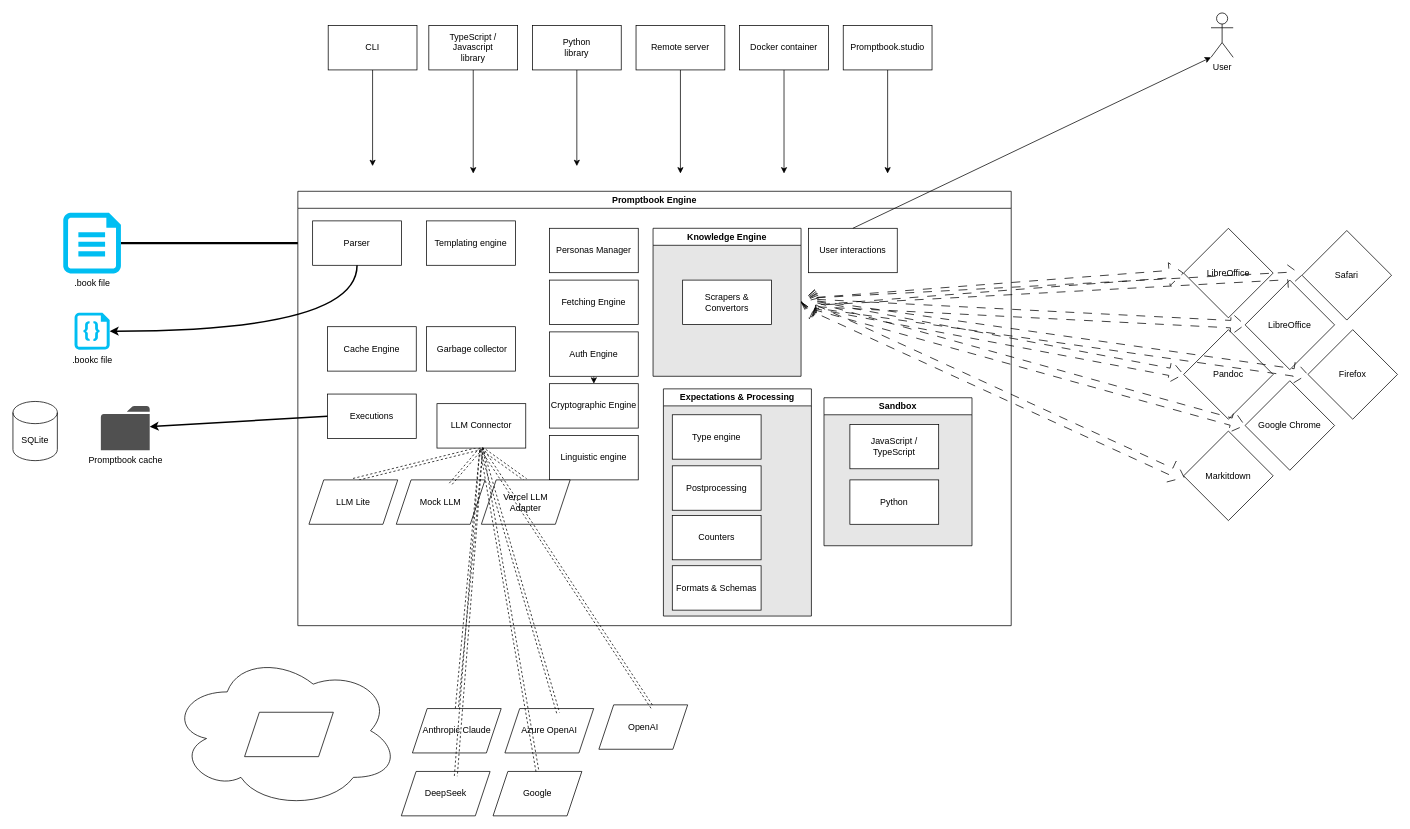
Before: documents/promptbook-engine.drawio in webgptorg/promptbook, a draw.io diagram. Source tidied: cells renumbered, new cells numbered last; positions are measured from the earlier drawing's top-left corner, leaving out a move shared by most shapes. Both pictures are drawn from the tidied source at 74%, with x=0, y=0 at pixel (13, 13).
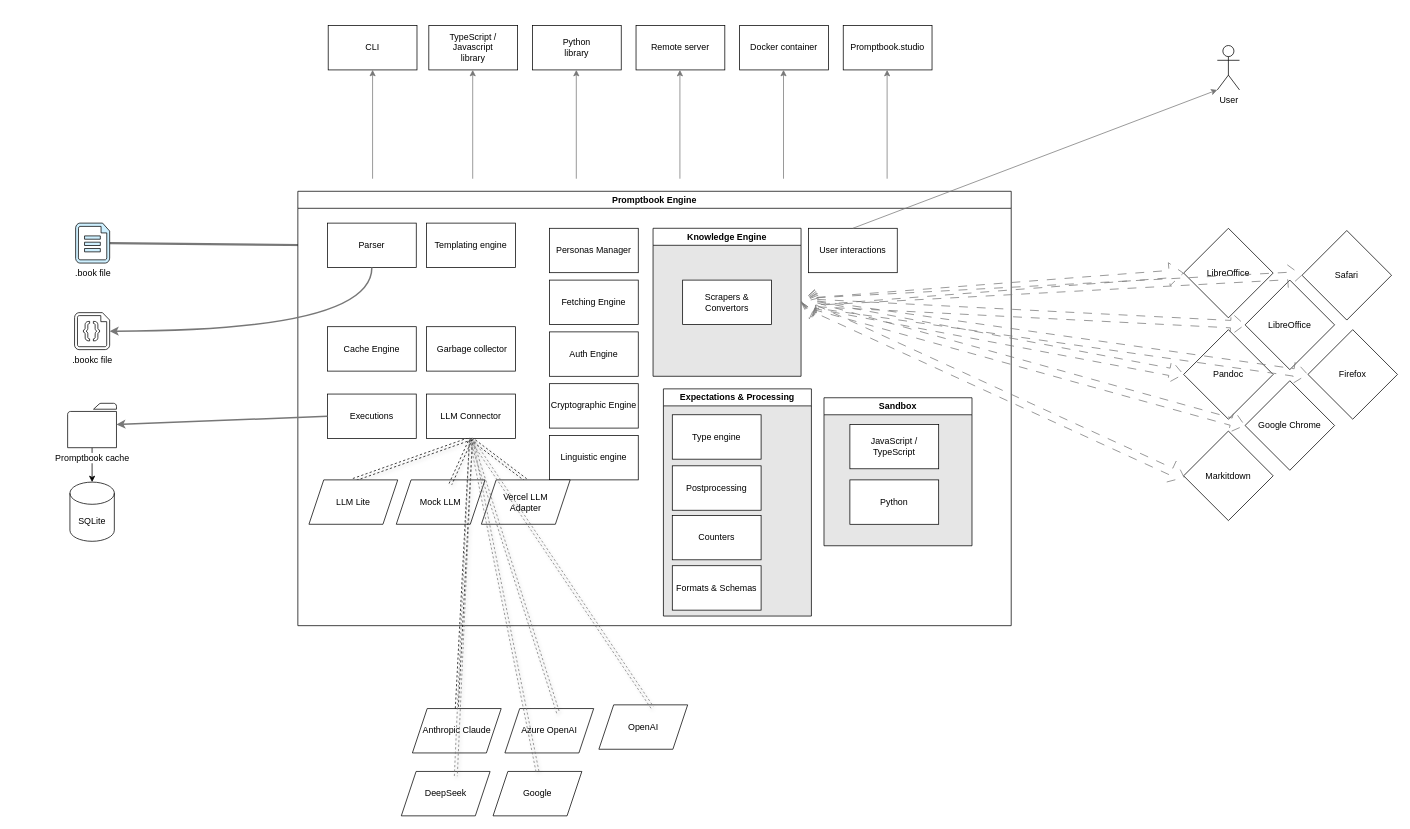
After the change.

Commit message (it also covers changes not shown here):
Better engine diagram

Unchanged cells that the change refers to:
```xml
<mxCell id="7" value="Promptbook Engine" style="swimlane;whiteSpace=wrap;html=1;fillStyle=solid;gradientColor=none;swimlaneFillColor=default;" parent="1" vertex="1">
<mxCell id="12" value="Knowledge Engine" style="swimlane;whiteSpace=wrap;html=1;swimlaneFillColor=#E6E6E6;" parent="7" vertex="1">
<mxCell id="17" value="Auth Engine" style="rounded=0;whiteSpace=wrap;html=1;" parent="7" vertex="1">
<mxCell id="18" value="Cryptographic Engine" style="rounded=0;whiteSpace=wrap;html=1;" parent="7" vertex="1">
<mxCell id="23" value="User interactions" style="rounded=0;whiteSpace=wrap;html=1;" parent="7" vertex="1">
<mxCell id="27" value="LLM Lite" style="shape=parallelogram;perimeter=parallelogramPerimeter;whiteSpace=wrap;html=1;fixedSize=1;" parent="7" vertex="1">
<mxCell id="28" value="Mock LLM" style="shape=parallelogram;perimeter=parallelogramPerimeter;whiteSpace=wrap;html=1;fixedSize=1;" parent="7" vertex="1">
<mxCell id="29" value="Vercel LLM&lt;br&gt;Adapter" style="shape=parallelogram;perimeter=parallelogramPerimeter;whiteSpace=wrap;html=1;fixedSize=1;" parent="7" vertex="1">
<mxCell id="35" value="Executions" style="rounded=0;whiteSpace=wrap;html=1;" parent="7" vertex="1">
<mxCell id="40" value="LibreOffice" style="rhombus;whiteSpace=wrap;html=1;" parent="1" vertex="1">
<mxCell id="42" value="TypeScript /&lt;br&gt;Javascript&lt;br&gt;library" style="rounded=0;whiteSpace=wrap;html=1;" parent="1" vertex="1">
<mxCell id="44" value="Python&lt;br&gt;library" style="rounded=0;whiteSpace=wrap;html=1;" parent="1" vertex="1">
<mxCell id="46" value="Remote server" style="rounded=0;whiteSpace=wrap;html=1;" parent="1" vertex="1">
<mxCell id="48" value="Docker container" style="rounded=0;whiteSpace=wrap;html=1;" parent="1" vertex="1">
<mxCell id="50" value="Promptbook.studio" style="rounded=0;whiteSpace=wrap;html=1;" parent="1" vertex="1">
<mxCell id="54" value="CLI" style="rounded=0;whiteSpace=wrap;html=1;" parent="1" vertex="1">
<mxCell id="56" value="Pandoc" style="rhombus;whiteSpace=wrap;html=1;" parent="1" vertex="1">
<mxCell id="57" value="Markitdown" style="rhombus;whiteSpace=wrap;html=1;" parent="1" vertex="1">
<mxCell id="58" value="LibreOffice" style="rhombus;whiteSpace=wrap;html=1;" parent="1" vertex="1">
<mxCell id="59" value="Google Chrome" style="rhombus;whiteSpace=wrap;html=1;" parent="1" vertex="1">
<mxCell id="60" value="Firefox" style="rhombus;whiteSpace=wrap;html=1;" parent="1" vertex="1">
<mxCell id="61" value="Safari" style="rhombus;whiteSpace=wrap;html=1;" parent="1" vertex="1">
<mxCell id="68" value="Azure OpenAI" style="shape=parallelogram;perimeter=parallelogramPerimeter;whiteSpace=wrap;html=1;fixedSize=1;" parent="1" vertex="1">
<mxCell id="69" value="OpenAI" style="shape=parallelogram;perimeter=parallelogramPerimeter;whiteSpace=wrap;html=1;fixedSize=1;" parent="1" vertex="1">
<mxCell id="70" value="DeepSeek" style="shape=parallelogram;perimeter=parallelogramPerimeter;whiteSpace=wrap;html=1;fixedSize=1;" parent="1" vertex="1">
<mxCell id="71" value="Google" style="shape=parallelogram;perimeter=parallelogramPerimeter;whiteSpace=wrap;html=1;fixedSize=1;" parent="1" vertex="1">
```

The edit, as a diff of the source:
```diff
@@
-    <mxCell id="2" value=".bookc file" style="verticalLabelPosition=bottom;html=1;verticalAlign=top;align=center;strokeColor=none;fillColor=#00BEF2;shape=mxgraph.azure.code_file;" parent="1" vertex="1">
+    <mxCell id="2" value=".bookc file" style="verticalLabelPosition=bottom;html=1;verticalAlign=top;align=center;shape=mxgraph.azure.code_file;strokeColor=default;fillColor=#FFFFFF;labelBackgroundColor=default;" parent="1" vertex="1">
       <mxGeometry x="83.2" y="405" width="47.5" height="50" as="geometry" />
     </mxCell>
-    <mxCell id="3" style="edgeStyle=none;html=1;exitX=1;exitY=0.5;exitDx=0;exitDy=0;exitPerimeter=0;entryX=0;entryY=0.5;entryDx=0;entryDy=0;strokeWidth=3;" parent="1" edge="1" source="4" target="8">
+    <mxCell id="3" style="edgeStyle=none;html=1;exitX=1;exitY=0.5;exitDx=0;exitDy=0;exitPerimeter=0;entryX=0;entryY=0.5;entryDx=0;entryDy=0;strokeWidth=3;strokeColor=#777777;" parent="1" edge="1" source="4" target="8">
       <mxGeometry relative="1" as="geometry" />
     </mxCell>
-    <mxCell id="4" value=".book file" style="verticalLabelPosition=bottom;html=1;verticalAlign=top;align=center;strokeColor=none;fillColor=#00BEF2;shape=mxgraph.azure.cloud_services_configuration_file;" parent="1" vertex="1">
-      <mxGeometry x="68" y="270" width="77.9" height="82" as="geometry" />
+    <mxCell id="4" value=".book file" style="verticalLabelPosition=bottom;html=1;verticalAlign=top;align=center;strokeColor=#000000;fillColor=#CEF0FF;shape=mxgraph.azure.cloud_services_configuration_file;labelBackgroundColor=default;" parent="1" vertex="1">
+      <mxGeometry x="84.7" y="284" width="46" height="54" as="geometry" />
     </mxCell>
+    <mxCell id="79" style="edgeStyle=none;html=1;labelBackgroundColor=default;" parent="1" edge="1" source="5" target="6">
+      <mxGeometry relative="1" as="geometry" />
+    </mxCell>
-    <mxCell id="5" value="Promptbook cache" style="shadow=0;dashed=0;html=1;strokeColor=none;fillColor=#505050;labelPosition=center;verticalLabelPosition=bottom;verticalAlign=top;outlineConnect=0;align=center;shape=mxgraph.office.concepts.folder;" parent="1" vertex="1">
-      <mxGeometry x="118.8" y="531" width="66" height="60" as="geometry" />
+    <mxCell id="5" value="Promptbook cache" style="shadow=0;dashed=0;html=1;strokeColor=default;fillColor=default;labelPosition=center;verticalLabelPosition=bottom;verticalAlign=top;outlineConnect=0;align=center;shape=mxgraph.office.concepts.folder;labelBackgroundColor=default;" parent="1" vertex="1">
+      <mxGeometry x="73.9" y="527.5" width="66" height="60" as="geometry" />
     </mxCell>
-    <mxCell id="6" value="SQLite" style="shape=cylinder3;whiteSpace=wrap;html=1;boundedLbl=1;backgroundOutline=1;size=15;" parent="1" vertex="1">
-      <mxGeometry y="525" width="60" height="80" as="geometry" />
+    <mxCell id="6" value="SQLite" style="shape=cylinder3;whiteSpace=wrap;html=1;boundedLbl=1;backgroundOutline=1;size=15;labelBackgroundColor=default;" parent="1" vertex="1">
+      <mxGeometry x="77" y="634" width="60" height="80" as="geometry" />
     </mxCell>
@@
     <mxCell id="8" value="Parser" style="rounded=0;whiteSpace=wrap;html=1;" parent="7" vertex="1">
-      <mxGeometry x="20" y="40" width="120" height="60" as="geometry" />
+      <mxGeometry x="40" y="43" width="120" height="60" as="geometry" />
     </mxCell>
-    <mxCell id="9" style="html=1;exitX=0.5;exitY=1;exitDx=0;exitDy=0;entryX=0.5;entryY=0;entryDx=0;entryDy=0;dashed=1;shape=link;" parent="7" edge="1" source="11" target="27">
+    <mxCell id="9" style="html=1;exitX=0.5;exitY=1;exitDx=0;exitDy=0;entryX=0.5;entryY=0;entryDx=0;entryDy=0;dashed=1;shape=link;flowAnimation=1;shadow=1;" parent="7" edge="1" source="11" target="27">
       <mxGeometry relative="1" as="geometry" />
     </mxCell>
-    <mxCell id="10" style="html=1;exitX=0.5;exitY=1;exitDx=0;exitDy=0;entryX=0.5;entryY=0;entryDx=0;entryDy=0;dashed=1;shape=link;" parent="7" edge="1" source="11" target="29">
+    <mxCell id="10" style="html=1;exitX=0.5;exitY=1;exitDx=0;exitDy=0;entryX=0.5;entryY=0;entryDx=0;entryDy=0;dashed=1;shape=link;flowAnimation=1;shadow=1;" parent="7" edge="1" source="11" target="29">
       <mxGeometry relative="1" as="geometry" />
     </mxCell>
     <mxCell id="11" value="LLM Connector" style="rounded=0;whiteSpace=wrap;html=1;" parent="7" vertex="1">
-      <mxGeometry x="188" y="287" width="120" height="60" as="geometry" />
+      <mxGeometry x="174" y="274" width="120" height="60" as="geometry" />
     </mxCell>
@@
-    <mxCell id="13" value="Scrapers &amp;amp; Convertors" style="rounded=0;whiteSpace=wrap;html=1;" parent="12" vertex="1">
+    <mxCell id="13" value="Scrapers &amp;amp; Convertors" style="rounded=0;whiteSpace=wrap;html=1;labelBackgroundColor=none;" parent="12" vertex="1">
       <mxGeometry x="40" y="70" width="120" height="60" as="geometry" />
     </mxCell>
@@
-    <mxCell id="16" style="edgeStyle=none;html=1;" parent="7" edge="1" source="17" target="18">
-      <mxGeometry relative="1" as="geometry" />
-    </mxCell>
@@
     <mxCell id="22" value="Templating engine" style="rounded=0;whiteSpace=wrap;html=1;" parent="7" vertex="1">
-      <mxGeometry x="174" y="40" width="120" height="60" as="geometry" />
+      <mxGeometry x="174" y="43" width="120" height="60" as="geometry" />
     </mxCell>
@@
-    <mxCell id="36" style="html=1;exitX=0.5;exitY=1;exitDx=0;exitDy=0;entryX=0.61;entryY=0.095;entryDx=0;entryDy=0;entryPerimeter=0;dashed=1;shape=link;" parent="7" edge="1" source="11" target="28">
+    <mxCell id="36" style="html=1;exitX=0.5;exitY=1;exitDx=0;exitDy=0;entryX=0.61;entryY=0.095;entryDx=0;entryDy=0;entryPerimeter=0;dashed=1;shape=link;flowAnimation=1;shadow=1;" parent="7" edge="1" source="11" target="28">
       <mxGeometry relative="1" as="geometry" />
     </mxCell>
@@
-    <mxCell id="38" style="ellipse;shape=cloud;whiteSpace=wrap;html=1;" parent="1" vertex="1">
-      <mxGeometry x="212" y="865" width="310" height="210" as="geometry" />
-    </mxCell>
-    <mxCell id="39" style="shape=parallelogram;perimeter=parallelogramPerimeter;whiteSpace=wrap;html=1;fixedSize=1;" parent="1" vertex="1">
-      <mxGeometry x="313" y="945" width="120" height="60" as="geometry" />
-    </mxCell>
@@
-    <mxCell id="41" style="edgeStyle=none;html=1;" parent="1" edge="1" source="42">
-      <mxGeometry relative="1" as="geometry">
-        <mxPoint x="622" y="217" as="targetPoint" />
-      </mxGeometry>
-    </mxCell>
@@
-    <mxCell id="43" style="edgeStyle=none;html=1;exitX=0.5;exitY=1;exitDx=0;exitDy=0;" parent="1" edge="1" source="44">
-      <mxGeometry relative="1" as="geometry">
-        <mxPoint x="762" y="207" as="targetPoint" />
-      </mxGeometry>
-    </mxCell>
@@
-    <mxCell id="45" style="edgeStyle=none;html=1;exitX=0.5;exitY=1;exitDx=0;exitDy=0;" parent="1" edge="1" source="46">
-      <mxGeometry relative="1" as="geometry">
-        <mxPoint x="902" y="217" as="targetPoint" />
-      </mxGeometry>
-    </mxCell>
@@
-    <mxCell id="47" style="edgeStyle=none;html=1;exitX=0.5;exitY=1;exitDx=0;exitDy=0;" parent="1" edge="1" source="48">
-      <mxGeometry relative="1" as="geometry">
-        <mxPoint x="1042" y="217" as="targetPoint" />
-      </mxGeometry>
-    </mxCell>
@@
-    <mxCell id="49" style="edgeStyle=none;html=1;exitX=0.5;exitY=1;exitDx=0;exitDy=0;" parent="1" edge="1" source="50">
-      <mxGeometry relative="1" as="geometry">
-        <mxPoint x="1182" y="217" as="targetPoint" />
-      </mxGeometry>
-    </mxCell>
@@
-    <mxCell id="51" style="html=1;entryX=0;entryY=0.5;entryDx=0;entryDy=0;strokeColor=default;rounded=1;shape=flexArrow;exitX=1;exitY=0.5;exitDx=0;exitDy=0;endArrow=block;startArrow=block;dashed=1;dashPattern=12 12;" parent="1" edge="1" source="12" target="40">
+    <mxCell id="51" style="html=1;entryX=0;entryY=0.5;entryDx=0;entryDy=0;strokeColor=#777777;rounded=1;shape=flexArrow;exitX=1;exitY=0.5;exitDx=0;exitDy=0;endArrow=block;startArrow=block;dashed=1;dashPattern=12 12;flowAnimation=1;" parent="1" edge="1" source="12" target="40">
       <mxGeometry relative="1" as="geometry" />
     </mxCell>
-    <mxCell id="52" value="User" style="shape=umlActor;verticalLabelPosition=bottom;verticalAlign=top;html=1;outlineConnect=0;" parent="1" vertex="1">
-      <mxGeometry x="1619" width="30" height="60" as="geometry" />
+    <mxCell id="52" value="User" style="shape=umlActor;verticalLabelPosition=bottom;verticalAlign=top;html=1;outlineConnect=0;labelBackgroundColor=default;textShadow=0;" parent="1" vertex="1">
+      <mxGeometry x="1627.5" y="44" width="30" height="60" as="geometry" />
     </mxCell>
-    <mxCell id="53" style="edgeStyle=none;html=1;exitX=0.5;exitY=1;exitDx=0;exitDy=0;" parent="1" edge="1" source="54">
+    <mxCell id="53" style="edgeStyle=none;html=1;entryX=0.5;entryY=1;entryDx=0;entryDy=0;shadow=0;flowAnimation=0;jumpStyle=none;fillColor=#dae8fc;strokeColor=#777777;" parent="1" edge="1" target="54">
       <mxGeometry relative="1" as="geometry">
-        <mxPoint x="486" y="207" as="targetPoint" />
+        <mxPoint x="486" y="224" as="sourcePoint" />
       </mxGeometry>
     </mxCell>
@@
-    <mxCell id="55" style="edgeStyle=none;html=1;exitX=0.5;exitY=0;exitDx=0;exitDy=0;entryX=0;entryY=1;entryDx=0;entryDy=0;entryPerimeter=0;" parent="1" edge="1" source="23" target="52">
+    <mxCell id="55" style="edgeStyle=none;html=1;exitX=0.5;exitY=0;exitDx=0;exitDy=0;entryX=0;entryY=1;entryDx=0;entryDy=0;entryPerimeter=0;flowAnimation=1;strokeColor=#777777;" parent="1" edge="1" source="23" target="52">
       <mxGeometry relative="1" as="geometry" />
     </mxCell>
@@
-    <mxCell id="62" style="html=1;exitX=1;exitY=0.5;exitDx=0;exitDy=0;entryX=0;entryY=0.5;entryDx=0;entryDy=0;shape=flexArrow;endArrow=block;startArrow=block;dashed=1;dashPattern=12 12;" parent="1" edge="1" source="12" target="58">
+    <mxCell id="62" style="html=1;exitX=1;exitY=0.5;exitDx=0;exitDy=0;entryX=0;entryY=0.5;entryDx=0;entryDy=0;shape=flexArrow;endArrow=block;startArrow=block;dashed=1;dashPattern=12 12;flowAnimation=1;strokeColor=#777777;" parent="1" edge="1" source="12" target="58">
       <mxGeometry relative="1" as="geometry" />
     </mxCell>
-    <mxCell id="63" style="html=1;exitX=1;exitY=0.5;exitDx=0;exitDy=0;entryX=0;entryY=0.5;entryDx=0;entryDy=0;shape=flexArrow;endArrow=block;startArrow=block;dashed=1;dashPattern=12 12;" parent="1" edge="1" source="12" target="61">
+    <mxCell id="63" style="html=1;exitX=1;exitY=0.5;exitDx=0;exitDy=0;entryX=0;entryY=0.5;entryDx=0;entryDy=0;shape=flexArrow;endArrow=block;startArrow=block;dashed=1;dashPattern=12 12;flowAnimation=1;strokeColor=#777777;" parent="1" edge="1" source="12" target="61">
       <mxGeometry relative="1" as="geometry" />
     </mxCell>
-    <mxCell id="64" style="html=1;exitX=1;exitY=0.5;exitDx=0;exitDy=0;entryX=0;entryY=0.5;entryDx=0;entryDy=0;shape=flexArrow;endArrow=block;startArrow=block;dashed=1;dashPattern=12 12;" parent="1" edge="1" source="12" target="60">
+    <mxCell id="64" style="html=1;exitX=1;exitY=0.5;exitDx=0;exitDy=0;entryX=0;entryY=0.5;entryDx=0;entryDy=0;shape=flexArrow;endArrow=block;startArrow=block;dashed=1;dashPattern=12 12;flowAnimation=1;strokeColor=#777777;" parent="1" edge="1" source="12" target="60">
       <mxGeometry relative="1" as="geometry" />
     </mxCell>
-    <mxCell id="65" style="html=1;exitX=1;exitY=0.5;exitDx=0;exitDy=0;entryX=0;entryY=0.5;entryDx=0;entryDy=0;shape=flexArrow;endArrow=block;startArrow=block;dashed=1;dashPattern=12 12;" parent="1" edge="1" source="12" target="56">
+    <mxCell id="65" style="html=1;exitX=1;exitY=0.5;exitDx=0;exitDy=0;entryX=0;entryY=0.5;entryDx=0;entryDy=0;shape=flexArrow;endArrow=block;startArrow=block;dashed=1;dashPattern=12 12;flowAnimation=1;strokeColor=#777777;" parent="1" edge="1" source="12" target="56">
       <mxGeometry relative="1" as="geometry" />
     </mxCell>
-    <mxCell id="66" style="html=1;exitX=1;exitY=0.5;exitDx=0;exitDy=0;entryX=0;entryY=0.5;entryDx=0;entryDy=0;shape=flexArrow;endArrow=block;startArrow=block;dashed=1;dashPattern=12 12;" parent="1" edge="1" source="12" target="59">
+    <mxCell id="66" style="html=1;exitX=1;exitY=0.5;exitDx=0;exitDy=0;entryX=0;entryY=0.5;entryDx=0;entryDy=0;shape=flexArrow;endArrow=block;startArrow=block;dashed=1;dashPattern=12 12;flowAnimation=1;strokeColor=#777777;" parent="1" edge="1" source="12" target="59">
       <mxGeometry relative="1" as="geometry" />
     </mxCell>
-    <mxCell id="67" style="html=1;exitX=1;exitY=0.5;exitDx=0;exitDy=0;entryX=0.009;entryY=0.52;entryDx=0;entryDy=0;entryPerimeter=0;shape=flexArrow;endArrow=block;startArrow=block;dashed=1;dashPattern=12 12;" parent="1" edge="1" source="12" target="57">
+    <mxCell id="67" style="html=1;exitX=1;exitY=0.5;exitDx=0;exitDy=0;entryX=0.009;entryY=0.52;entryDx=0;entryDy=0;entryPerimeter=0;shape=flexArrow;endArrow=block;startArrow=block;dashed=1;dashPattern=12 12;flowAnimation=1;strokeColor=#777777;" parent="1" edge="1" source="12" target="57">
       <mxGeometry relative="1" as="geometry" />
     </mxCell>
@@
-    <mxCell id="72" style="edgeStyle=orthogonalEdgeStyle;html=1;exitX=0.5;exitY=1;exitDx=0;exitDy=0;entryX=1;entryY=0.5;entryDx=0;entryDy=0;entryPerimeter=0;curved=1;strokeWidth=2;" parent="1" edge="1" source="8" target="2">
+    <mxCell id="72" style="edgeStyle=orthogonalEdgeStyle;html=1;exitX=0.5;exitY=1;exitDx=0;exitDy=0;entryX=1;entryY=0.5;entryDx=0;entryDy=0;entryPerimeter=0;curved=1;strokeWidth=2;strokeColor=#777777;" parent="1" edge="1" source="8" target="2">
       <mxGeometry relative="1" as="geometry" />
     </mxCell>
-    <mxCell id="73" style="edgeStyle=none;html=1;exitX=0;exitY=0.5;exitDx=0;exitDy=0;strokeWidth=2;" parent="1" edge="1" source="35" target="5">
+    <mxCell id="73" style="edgeStyle=none;html=1;exitX=0;exitY=0.5;exitDx=0;exitDy=0;strokeWidth=2;strokeColor=#777777;" parent="1" edge="1" source="35" target="5">
       <mxGeometry relative="1" as="geometry" />
     </mxCell>
@@
-    <mxCell id="75" style="html=1;exitX=0.5;exitY=1;exitDx=0;exitDy=0;entryX=0.599;entryY=0.097;entryDx=0;entryDy=0;entryPerimeter=0;dashed=1;shape=link;" parent="1" edge="1" source="11" target="68">
+    <mxCell id="75" style="html=1;exitX=0.5;exitY=1;exitDx=0;exitDy=0;entryX=0.599;entryY=0.097;entryDx=0;entryDy=0;entryPerimeter=0;dashed=1;shape=link;flowAnimation=1;shadow=1;strokeColor=#777777;" parent="1" edge="1" source="11" target="68">
       <mxGeometry relative="1" as="geometry" />
     </mxCell>
-    <mxCell id="76" style="html=1;exitX=0.5;exitY=1;exitDx=0;exitDy=0;entryX=0.601;entryY=0.059;entryDx=0;entryDy=0;entryPerimeter=0;dashed=1;shape=link;" parent="1" edge="1" source="11" target="69">
+    <mxCell id="76" style="html=1;exitX=0.5;exitY=1;exitDx=0;exitDy=0;entryX=0.601;entryY=0.059;entryDx=0;entryDy=0;entryPerimeter=0;dashed=1;shape=link;flowAnimation=1;shadow=1;strokeColor=#777777;" parent="1" edge="1" source="11" target="69">
       <mxGeometry relative="1" as="geometry" />
     </mxCell>
-    <mxCell id="77" style="html=1;exitX=0.5;exitY=1;exitDx=0;exitDy=0;entryX=0.614;entryY=0.105;entryDx=0;entryDy=0;entryPerimeter=0;dashed=1;shape=link;" parent="1" edge="1" source="11" target="70">
+    <mxCell id="77" style="html=1;exitX=0.5;exitY=1;exitDx=0;exitDy=0;entryX=0.614;entryY=0.105;entryDx=0;entryDy=0;entryPerimeter=0;dashed=1;shape=link;flowAnimation=1;shadow=1;strokeColor=#777777;" parent="1" edge="1" source="11" target="70">
       <mxGeometry relative="1" as="geometry" />
     </mxCell>
-    <mxCell id="78" style="html=1;exitX=0.5;exitY=1;exitDx=0;exitDy=0;entryX=0.5;entryY=0;entryDx=0;entryDy=0;dashed=1;shape=link;" parent="1" edge="1" source="11" target="71">
+    <mxCell id="78" style="html=1;exitX=0.5;exitY=1;exitDx=0;exitDy=0;entryX=0.5;entryY=0;entryDx=0;entryDy=0;dashed=1;shape=link;flowAnimation=1;shadow=1;strokeColor=#777777;" parent="1" edge="1" source="11" target="71">
       <mxGeometry relative="1" as="geometry" />
     </mxCell>
+    <mxCell id="80" style="edgeStyle=none;html=1;entryX=0.5;entryY=1;entryDx=0;entryDy=0;jumpStyle=none;shadow=0;fillColor=#dae8fc;strokeColor=#777777;" parent="1" edge="1">
+      <mxGeometry relative="1" as="geometry">
+        <mxPoint x="621.3" y="224" as="sourcePoint" />
+        <mxPoint x="621.3" y="77" as="targetPoint" />
+      </mxGeometry>
+    </mxCell>
+    <mxCell id="81" style="edgeStyle=none;html=1;entryX=0.5;entryY=1;entryDx=0;entryDy=0;jumpStyle=none;shadow=0;fillColor=#dae8fc;strokeColor=#777777;" parent="1" edge="1">
+      <mxGeometry relative="1" as="geometry">
+        <mxPoint x="761.3" y="224" as="sourcePoint" />
+        <mxPoint x="761.3" y="77" as="targetPoint" />
+      </mxGeometry>
+    </mxCell>
+    <mxCell id="82" style="edgeStyle=none;html=1;entryX=0.5;entryY=1;entryDx=0;entryDy=0;jumpStyle=none;shadow=0;fillColor=#dae8fc;strokeColor=#777777;" parent="1" edge="1">
+      <mxGeometry relative="1" as="geometry">
+        <mxPoint x="901.3" y="224" as="sourcePoint" />
+        <mxPoint x="901.3" y="77" as="targetPoint" />
+      </mxGeometry>
+    </mxCell>
+    <mxCell id="83" style="edgeStyle=none;html=1;entryX=0.5;entryY=1;entryDx=0;entryDy=0;jumpStyle=none;shadow=0;fillColor=#dae8fc;strokeColor=#777777;" parent="1" edge="1">
+      <mxGeometry relative="1" as="geometry">
+        <mxPoint x="1041.3" y="224" as="sourcePoint" />
+        <mxPoint x="1041.3" y="77" as="targetPoint" />
+      </mxGeometry>
+    </mxCell>
+    <mxCell id="84" style="edgeStyle=none;html=1;entryX=0.5;entryY=1;entryDx=0;entryDy=0;jumpStyle=none;shadow=0;fillColor=#dae8fc;strokeColor=#777777;" parent="1" edge="1">
+      <mxGeometry relative="1" as="geometry">
+        <mxPoint x="1181.3" y="224" as="sourcePoint" />
+        <mxPoint x="1181.3" y="77" as="targetPoint" />
+      </mxGeometry>
+    </mxCell>
```
